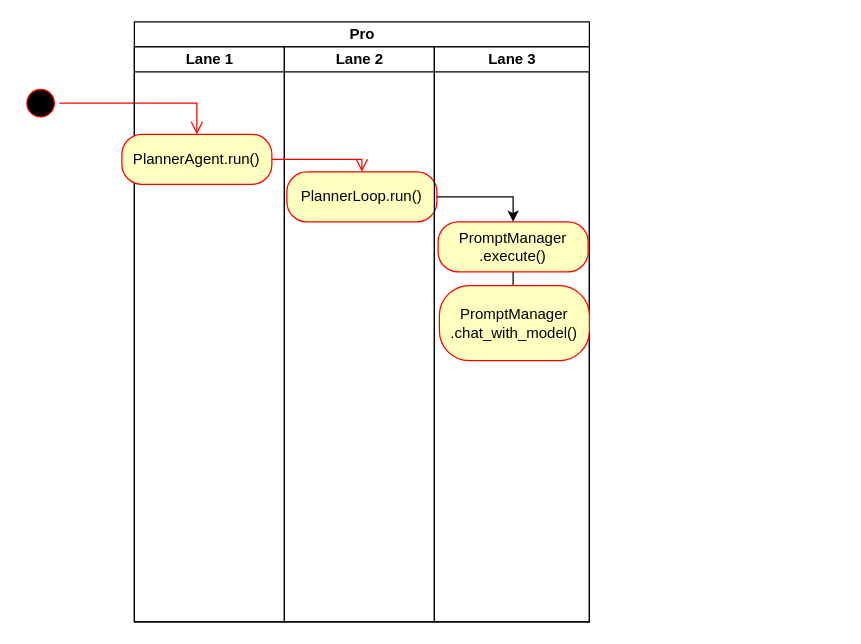
Before: Untitled Diagram.drawio in Significant-Gravitas/AutoGPT, a draw.io diagram. Source tidied: cells renumbered, new cells numbered last; positions are measured from the earlier drawing's top-left corner, leaving out a move shared by most shapes. Both pictures are drawn from the tidied source at 125%, with x=0, y=0 at pixel (21, 21).
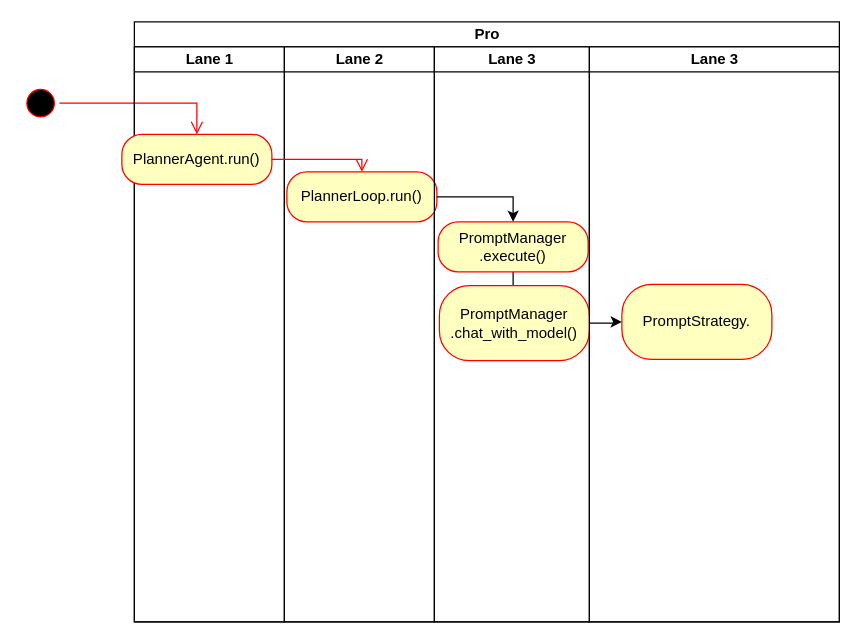
The same page after the edit.

Change to the diagram source:
```diff
@@
 <mxGraphModel>
   <root>
     <mxCell id="0" />
     <mxCell id="1" parent="0" />
     <mxCell id="2" style="ellipse;html=1;shape=startState;fillColor=#000000;strokeColor=#ff0000;" parent="1" vertex="1">
       <mxGeometry y="50" width="30" height="30" as="geometry" />
     </mxCell>
     <mxCell id="3" style="edgeStyle=orthogonalEdgeStyle;html=1;verticalAlign=bottom;endArrow=open;endSize=8;strokeColor=#ff0000;rounded=0;" parent="1" edge="1" source="2" target="6">
       <mxGeometry relative="1" as="geometry" />
     </mxCell>
     <mxCell id="4" value="Pro" style="swimlane;startSize=20;html=1;" parent="1" vertex="1">
-      <mxGeometry x="90" width="364" height="480" as="geometry" />
+      <mxGeometry x="90" width="564" height="480" as="geometry" />
     </mxCell>
     <mxCell id="5" value="Lane 1" style="swimlane;startSize=20;html=1;" parent="4" vertex="1">
       <mxGeometry y="20" width="120" height="460" as="geometry" />
     </mxCell>
     <mxCell id="6" value="PlannerAgent.run()" style="rounded=1;whiteSpace=wrap;html=1;arcSize=40;fontColor=#000000;fillColor=#ffffc0;strokeColor=#ff0000;" parent="5" vertex="1">
       <mxGeometry x="-10" y="70" width="120" height="40" as="geometry" />
     </mxCell>
     <mxCell id="7" value="Lane 2" style="swimlane;startSize=20;html=1;" parent="4" vertex="1">
       <mxGeometry x="120" y="20" width="120" height="460" as="geometry" />
     </mxCell>
     <mxCell id="8" value="PlannerLoop.run()" style="rounded=1;whiteSpace=wrap;html=1;arcSize=40;fontColor=#000000;fillColor=#ffffc0;strokeColor=#ff0000;" parent="7" vertex="1">
       <mxGeometry x="2" y="100" width="120" height="40" as="geometry" />
     </mxCell>
     <mxCell id="9" value="Lane 3" style="swimlane;startSize=20;html=1;" parent="4" vertex="1">
       <mxGeometry x="240" y="20" width="124" height="460" as="geometry" />
     </mxCell>
     <mxCell id="10" style="edgeStyle=orthogonalEdgeStyle;rounded=0;jettySize=auto;html=1;" parent="9" edge="1" source="11" target="12">
       <mxGeometry relative="1" as="geometry" />
     </mxCell>
     <mxCell id="11" value="PromptManager .execute()" style="rounded=1;whiteSpace=wrap;html=1;arcSize=40;fontColor=#000000;fillColor=#ffffc0;strokeColor=#ff0000;" parent="9" vertex="1">
       <mxGeometry x="3" y="140" width="120" height="40" as="geometry" />
     </mxCell>
     <mxCell id="12" value="PromptManager .chat_with_model()" style="whiteSpace=wrap;html=1;fillColor=#ffffc0;strokeColor=#ff0000;fontColor=#000000;rounded=1;arcSize=40;" parent="9" vertex="1">
       <mxGeometry x="4" y="191" width="120" height="60" as="geometry" />
     </mxCell>
+    <mxCell id="15" value="Lane 3" style="swimlane;startSize=20;html=1;" parent="4" vertex="1">
+      <mxGeometry x="364" y="20" width="200" height="460" as="geometry" />
+    </mxCell>
+    <mxCell id="16" value="PromptStrategy." style="whiteSpace=wrap;html=1;fillColor=#ffffc0;strokeColor=#ff0000;fontColor=#000000;rounded=1;arcSize=40;" parent="15" vertex="1">
+      <mxGeometry x="26" y="190" width="120" height="60" as="geometry" />
+    </mxCell>
     <mxCell id="13" style="edgeStyle=orthogonalEdgeStyle;html=1;verticalAlign=bottom;endArrow=open;endSize=8;strokeColor=#ff0000;rounded=0;entryX=0.5;entryY=0;entryDx=0;entryDy=0;" parent="4" edge="1" source="6" target="8">
       <mxGeometry relative="1" as="geometry" />
     </mxCell>
     <mxCell id="14" style="edgeStyle=orthogonalEdgeStyle;rounded=0;jettySize=auto;html=1;entryX=0.5;entryY=0;entryDx=0;entryDy=0;" parent="4" edge="1" source="8" target="11">
       <mxGeometry relative="1" as="geometry" />
     </mxCell>
+    <mxCell id="17" style="edgeStyle=orthogonalEdgeStyle;rounded=0;jettySize=auto;html=1;" parent="4" edge="1" source="12" target="16">
+      <mxGeometry relative="1" as="geometry" />
+    </mxCell>
   </root>
 </mxGraphModel>
```
